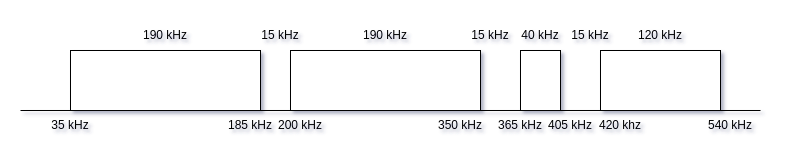
This is doc/images/bandwidth.png from asdrubalini/signal_transport, a draw.io export, as it was before one commit. Source tidied: cells renumbered, new cells last; positions are measured from the earlier drawing's top-left corner, leaving out a move shared by most shapes. Its diagram source:
```xml
<mxGraphModel>
  <root>
    <mxCell id="0" />
    <mxCell id="1" parent="0" />
    <mxCell id="2" style="endArrow=none;html=1;rounded=0;" parent="1" edge="1">
      <mxGeometry relative="1" as="geometry">
        <mxPoint y="90" as="sourcePoint" />
        <mxPoint x="740" y="90" as="targetPoint" />
      </mxGeometry>
    </mxCell>
    <mxCell id="3" value="190 kHz" style="text;html=1;strokeColor=none;fillColor=none;align=center;verticalAlign=middle;whiteSpace=wrap;rounded=0;" parent="1" vertex="1">
      <mxGeometry x="115" width="60" height="30" as="geometry" />
    </mxCell>
    <mxCell id="4" value="190 kHz" style="text;html=1;strokeColor=none;fillColor=none;align=center;verticalAlign=middle;whiteSpace=wrap;rounded=0;" parent="1" vertex="1">
      <mxGeometry x="335" width="60" height="30" as="geometry" />
    </mxCell>
    <mxCell id="5" value="40 kHz" style="text;html=1;strokeColor=none;fillColor=none;align=center;verticalAlign=middle;whiteSpace=wrap;rounded=0;" parent="1" vertex="1">
      <mxGeometry x="490" width="60" height="30" as="geometry" />
    </mxCell>
    <mxCell id="6" value="120 kHz" style="text;html=1;strokeColor=none;fillColor=none;align=center;verticalAlign=middle;whiteSpace=wrap;rounded=0;" parent="1" vertex="1">
      <mxGeometry x="610" width="60" height="30" as="geometry" />
    </mxCell>
    <mxCell id="7" style="rounded=0;whiteSpace=wrap;html=1;" parent="1" vertex="1">
      <mxGeometry x="50" y="30" width="190" height="60" as="geometry" />
    </mxCell>
    <mxCell id="8" style="rounded=0;whiteSpace=wrap;html=1;" parent="1" vertex="1">
      <mxGeometry x="270" y="30" width="190" height="60" as="geometry" />
    </mxCell>
    <mxCell id="9" style="rounded=0;whiteSpace=wrap;html=1;" parent="1" vertex="1">
      <mxGeometry x="500" y="30" width="40" height="60" as="geometry" />
    </mxCell>
    <mxCell id="10" style="rounded=0;whiteSpace=wrap;html=1;" parent="1" vertex="1">
      <mxGeometry x="580" y="30" width="120" height="60" as="geometry" />
    </mxCell>
    <mxCell id="11" value="35 kHz" style="text;html=1;strokeColor=none;fillColor=none;align=center;verticalAlign=middle;whiteSpace=wrap;rounded=0;" parent="1" vertex="1">
      <mxGeometry x="20" y="90" width="60" height="30" as="geometry" />
    </mxCell>
    <mxCell id="12" value="185 kHz" style="text;html=1;strokeColor=none;fillColor=none;align=center;verticalAlign=middle;whiteSpace=wrap;rounded=0;" parent="1" vertex="1">
      <mxGeometry x="200" y="90" width="60" height="30" as="geometry" />
    </mxCell>
    <mxCell id="13" value="200 kHz" style="text;html=1;strokeColor=none;fillColor=none;align=center;verticalAlign=middle;whiteSpace=wrap;rounded=0;" parent="1" vertex="1">
      <mxGeometry x="250" y="90" width="60" height="30" as="geometry" />
    </mxCell>
    <mxCell id="14" value="350 kHz" style="text;html=1;strokeColor=none;fillColor=none;align=center;verticalAlign=middle;whiteSpace=wrap;rounded=0;" parent="1" vertex="1">
      <mxGeometry x="410" y="90" width="60" height="30" as="geometry" />
    </mxCell>
    <mxCell id="15" value="365 kHz" style="text;html=1;strokeColor=none;fillColor=none;align=center;verticalAlign=middle;whiteSpace=wrap;rounded=0;" parent="1" vertex="1">
      <mxGeometry x="470" y="90" width="60" height="30" as="geometry" />
    </mxCell>
    <mxCell id="16" value="405 kHz" style="text;html=1;strokeColor=none;fillColor=none;align=center;verticalAlign=middle;whiteSpace=wrap;rounded=0;" parent="1" vertex="1">
      <mxGeometry x="520" y="90" width="60" height="30" as="geometry" />
    </mxCell>
    <mxCell id="17" value="420 khz" style="text;html=1;strokeColor=none;fillColor=none;align=center;verticalAlign=middle;whiteSpace=wrap;rounded=0;" parent="1" vertex="1">
      <mxGeometry x="570" y="90" width="60" height="30" as="geometry" />
    </mxCell>
    <mxCell id="18" value="540 kHz" style="text;html=1;strokeColor=none;fillColor=none;align=center;verticalAlign=middle;whiteSpace=wrap;rounded=0;" parent="1" vertex="1">
      <mxGeometry x="680" y="90" width="60" height="30" as="geometry" />
    </mxCell>
    <mxCell id="19" value="15 kHz" style="text;html=1;strokeColor=none;fillColor=none;align=center;verticalAlign=middle;whiteSpace=wrap;rounded=0;" parent="1" vertex="1">
      <mxGeometry x="230" width="60" height="30" as="geometry" />
    </mxCell>
    <mxCell id="20" value="15 kHz" style="text;html=1;strokeColor=none;fillColor=none;align=center;verticalAlign=middle;whiteSpace=wrap;rounded=0;" parent="1" vertex="1">
      <mxGeometry x="440" width="60" height="30" as="geometry" />
    </mxCell>
    <mxCell id="21" value="15 kHz" style="text;html=1;strokeColor=none;fillColor=none;align=center;verticalAlign=middle;whiteSpace=wrap;rounded=0;" parent="1" vertex="1">
      <mxGeometry x="540" width="60" height="30" as="geometry" />
    </mxCell>
  </root>
</mxGraphModel>
```
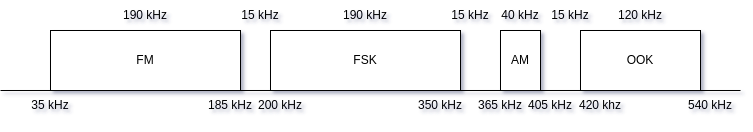
The same file after the commit.

Change to the diagram source:
```diff
@@ -65,5 +65,17 @@
     <mxCell id="21" value="15 kHz" style="text;html=1;strokeColor=none;fillColor=none;align=center;verticalAlign=middle;whiteSpace=wrap;rounded=0;" parent="1" vertex="1">
       <mxGeometry x="540" width="60" height="30" as="geometry" />
     </mxCell>
+    <mxCell id="22" value="FM" style="text;html=1;strokeColor=none;fillColor=none;align=center;verticalAlign=middle;whiteSpace=wrap;rounded=0;" parent="1" vertex="1">
+      <mxGeometry x="115" y="45" width="60" height="30" as="geometry" />
+    </mxCell>
+    <mxCell id="23" value="FSK" style="text;html=1;strokeColor=none;fillColor=none;align=center;verticalAlign=middle;whiteSpace=wrap;rounded=0;" parent="1" vertex="1">
+      <mxGeometry x="335" y="45" width="60" height="30" as="geometry" />
+    </mxCell>
+    <mxCell id="24" value="AM" style="text;html=1;strokeColor=none;fillColor=none;align=center;verticalAlign=middle;whiteSpace=wrap;rounded=0;" parent="1" vertex="1">
+      <mxGeometry x="490" y="45" width="60" height="30" as="geometry" />
+    </mxCell>
+    <mxCell id="25" value="OOK" style="text;html=1;strokeColor=none;fillColor=none;align=center;verticalAlign=middle;whiteSpace=wrap;rounded=0;" parent="1" vertex="1">
+      <mxGeometry x="610" y="45" width="60" height="30" as="geometry" />
+    </mxCell>
   </root>
 </mxGraphModel>
```
